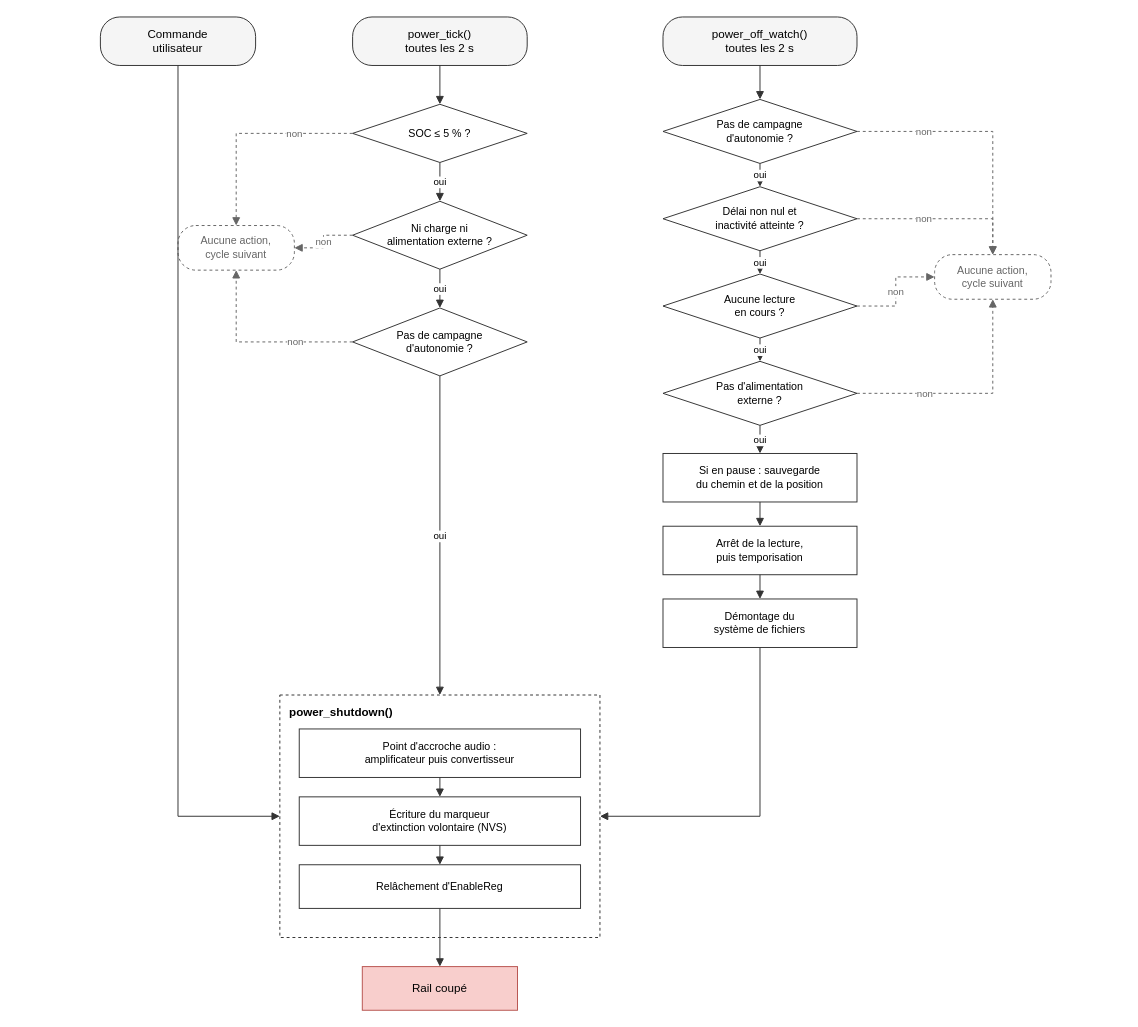
This is assets/figures/extinction.drawio from dossantosyann/TB2026-YDS-Report, a draw.io file, before an edit. Source tidied: cells renumbered, new cells numbered last; positions are measured from the earlier drawing's top-left corner, leaving out a move shared by most shapes. Both pictures are drawn from the tidied source at 97%, with x=0, y=0 at pixel (100, 16).
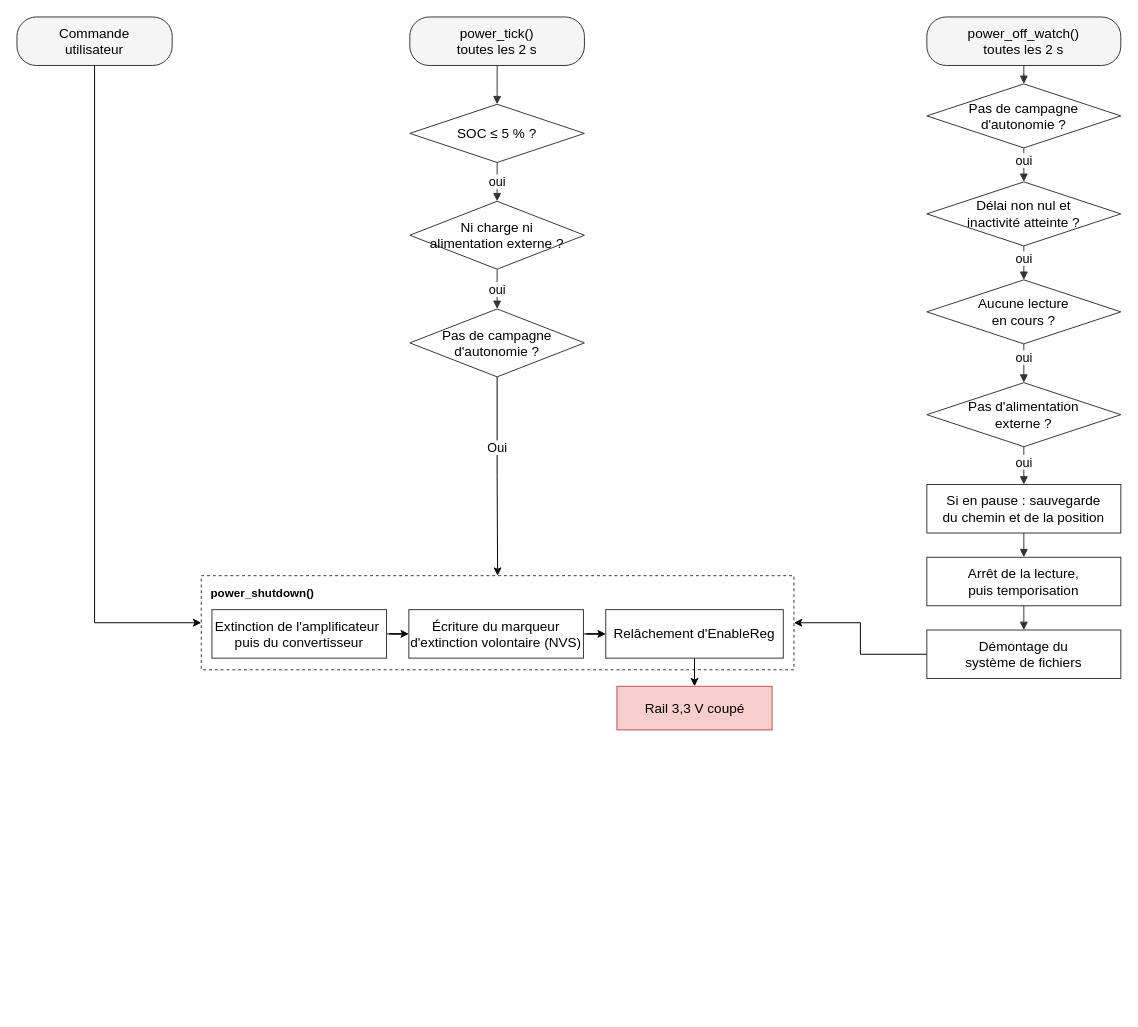
Above is the later version.

Commit message:
Mettre à jour extinction.drawio

The edit, as a diff of the source:
```diff
@@
+    <mxCell id="41" style="edgeStyle=orthogonalEdgeStyle;rounded=0;jettySize=auto;html=1;exitX=0.5;exitY=1;exitDx=0;exitDy=0;entryX=0;entryY=0.5;entryDx=0;entryDy=0;" parent="1" edge="1" source="2" target="17">
+      <mxGeometry relative="1" as="geometry" />
+    </mxCell>
-    <mxCell id="2" value="Commande&#10;utilisateur" style="rounded=1;arcSize=40;whiteSpace=wrap;html=1;fontSize=12;fillColor=#f5f5f5;strokeColor=#333333;" parent="1" vertex="1">
-      <mxGeometry width="160" height="50" as="geometry" />
+    <mxCell id="2" value="&lt;font style=&quot;font-size: 14px;&quot;&gt;Commande&lt;br&gt;utilisateur&lt;/font&gt;" style="rounded=1;arcSize=40;whiteSpace=wrap;html=1;fontSize=12;fillColor=#f5f5f5;strokeColor=#333333;" parent="1" vertex="1">
+      <mxGeometry x="-86" width="160" height="50" as="geometry" />
     </mxCell>
-    <mxCell id="3" value="power_tick()&#10;toutes les 2 s" style="rounded=1;arcSize=40;whiteSpace=wrap;html=1;fontSize=12;fillColor=#f5f5f5;strokeColor=#333333;" parent="1" vertex="1">
-      <mxGeometry x="260" width="180" height="50" as="geometry" />
+    <mxCell id="3" value="power_tick()&#10;toutes les 2 s" style="rounded=1;arcSize=40;whiteSpace=wrap;html=1;fontSize=14;fillColor=#f5f5f5;strokeColor=#333333;" parent="1" vertex="1">
+      <mxGeometry x="319" width="180" height="50" as="geometry" />
     </mxCell>
-    <mxCell id="4" value="power_off_watch()&#10;toutes les 2 s" style="rounded=1;arcSize=40;whiteSpace=wrap;html=1;fontSize=12;fillColor=#f5f5f5;strokeColor=#333333;" parent="1" vertex="1">
-      <mxGeometry x="580" width="200" height="50" as="geometry" />
+    <mxCell id="4" value="power_off_watch()&#10;toutes les 2 s" style="rounded=1;arcSize=40;whiteSpace=wrap;html=1;fontSize=14;fillColor=#f5f5f5;strokeColor=#333333;" parent="1" vertex="1">
+      <mxGeometry x="852" width="200" height="50" as="geometry" />
     </mxCell>
-    <mxCell id="5" value="Aucune action,&#10;cycle suivant" style="rounded=1;arcSize=40;whiteSpace=wrap;html=1;fontSize=11;dashed=1;strokeColor=#666666;fontColor=#666666;" parent="1" vertex="1">
-      <mxGeometry x="80" y="215" width="120" height="46" as="geometry" />
-    </mxCell>
-    <mxCell id="6" value="Aucune action,&#10;cycle suivant" style="rounded=1;arcSize=40;whiteSpace=wrap;html=1;fontSize=11;dashed=1;strokeColor=#666666;fontColor=#666666;" parent="1" vertex="1">
-      <mxGeometry x="860" y="245" width="120" height="46" as="geometry" />
-    </mxCell>
-    <mxCell id="7" value="SOC ≤ 5 % ?" style="rhombus;whiteSpace=wrap;html=1;fontSize=11;strokeColor=#333333;" parent="1" vertex="1">
-      <mxGeometry x="260" y="90" width="180" height="60" as="geometry" />
+    <mxCell id="7" value="SOC ≤ 5 % ?" style="rhombus;whiteSpace=wrap;html=1;fontSize=14;strokeColor=#333333;" parent="1" vertex="1">
+      <mxGeometry x="319" y="90" width="180" height="60" as="geometry" />
     </mxCell>
-    <mxCell id="8" value="Ni charge ni&#10;alimentation externe ?" style="rhombus;whiteSpace=wrap;html=1;fontSize=11;strokeColor=#333333;" parent="1" vertex="1">
-      <mxGeometry x="260" y="190" width="180" height="70" as="geometry" />
+    <mxCell id="8" value="Ni charge ni&#10;alimentation externe ?" style="rhombus;whiteSpace=wrap;html=1;fontSize=14;strokeColor=#333333;" parent="1" vertex="1">
+      <mxGeometry x="319" y="190" width="180" height="70" as="geometry" />
     </mxCell>
+    <mxCell id="28" style="edgeStyle=orthogonalEdgeStyle;rounded=0;jettySize=auto;html=1;exitX=0.5;exitY=1;exitDx=0;exitDy=0;entryX=0.5;entryY=0;entryDx=0;entryDy=0;" parent="1" edge="1" source="9" target="17">
+      <mxGeometry relative="1" as="geometry" />
+    </mxCell>
+    <mxCell id="45" value="Oui" style="edgeLabel;html=1;align=center;verticalAlign=middle;fontSize=13;" parent="28" vertex="1">
+      <mxGeometry x="-0.32" y="7" relative="1" as="geometry">
+        <mxPoint x="-8" y="2" as="offset" />
+      </mxGeometry>
+    </mxCell>
-    <mxCell id="9" value="Pas de campagne&#10;d'autonomie ?" style="rhombus;whiteSpace=wrap;html=1;fontSize=11;strokeColor=#333333;" parent="1" vertex="1">
-      <mxGeometry x="260" y="300" width="180" height="70" as="geometry" />
+    <mxCell id="9" value="Pas de campagne&#10;d'autonomie ?" style="rhombus;whiteSpace=wrap;html=1;fontSize=14;strokeColor=#333333;" parent="1" vertex="1">
+      <mxGeometry x="319" y="301" width="180" height="70" as="geometry" />
     </mxCell>
-    <mxCell id="10" value="Pas de campagne&#10;d'autonomie ?" style="rhombus;whiteSpace=wrap;html=1;fontSize=11;strokeColor=#333333;" parent="1" vertex="1">
-      <mxGeometry x="580" y="85" width="200" height="66" as="geometry" />
+    <mxCell id="10" value="Pas de campagne&#10;d'autonomie ?" style="rhombus;whiteSpace=wrap;html=1;fontSize=14;strokeColor=#333333;" parent="1" vertex="1">
+      <mxGeometry x="852" y="69" width="200" height="66" as="geometry" />
     </mxCell>
-    <mxCell id="11" value="Délai non nul et&#10;inactivité atteinte ?" style="rhombus;whiteSpace=wrap;html=1;fontSize=11;strokeColor=#333333;" parent="1" vertex="1">
-      <mxGeometry x="580" y="175" width="200" height="66" as="geometry" />
+    <mxCell id="11" value="Délai non nul et&#10;inactivité atteinte ?" style="rhombus;whiteSpace=wrap;html=1;fontSize=14;strokeColor=#333333;" parent="1" vertex="1">
+      <mxGeometry x="852" y="170" width="200" height="66" as="geometry" />
     </mxCell>
-    <mxCell id="12" value="Aucune lecture&#10;en cours ?" style="rhombus;whiteSpace=wrap;html=1;fontSize=11;strokeColor=#333333;" parent="1" vertex="1">
-      <mxGeometry x="580" y="265" width="200" height="66" as="geometry" />
+    <mxCell id="12" value="Aucune lecture&#10;en cours ?" style="rhombus;whiteSpace=wrap;html=1;fontSize=14;strokeColor=#333333;" parent="1" vertex="1">
+      <mxGeometry x="852" y="271" width="200" height="66" as="geometry" />
     </mxCell>
-    <mxCell id="13" value="Pas d'alimentation&#10;externe ?" style="rhombus;whiteSpace=wrap;html=1;fontSize=11;strokeColor=#333333;" parent="1" vertex="1">
-      <mxGeometry x="580" y="355" width="200" height="66" as="geometry" />
+    <mxCell id="13" value="Pas d'alimentation&#10;externe ?" style="rhombus;whiteSpace=wrap;html=1;fontSize=14;strokeColor=#333333;" parent="1" vertex="1">
+      <mxGeometry x="852" y="377" width="200" height="66" as="geometry" />
     </mxCell>
-    <mxCell id="14" value="Si en pause : sauvegarde&#10;du chemin et de la position" style="whiteSpace=wrap;html=1;fontSize=11;strokeColor=#333333;" parent="1" vertex="1">
-      <mxGeometry x="580" y="450" width="200" height="50" as="geometry" />
+    <mxCell id="14" value="Si en pause : sauvegarde&#10;du chemin et de la position" style="whiteSpace=wrap;html=1;fontSize=14;strokeColor=#333333;" parent="1" vertex="1">
+      <mxGeometry x="852" y="482" width="200" height="50" as="geometry" />
     </mxCell>
-    <mxCell id="15" value="Arrêt de la lecture,&#10;puis temporisation" style="whiteSpace=wrap;html=1;fontSize=11;strokeColor=#333333;" parent="1" vertex="1">
-      <mxGeometry x="580" y="525" width="200" height="50" as="geometry" />
+    <mxCell id="15" value="Arrêt de la lecture,&#10;puis temporisation" style="whiteSpace=wrap;html=1;fontSize=14;strokeColor=#333333;" parent="1" vertex="1">
+      <mxGeometry x="852" y="557" width="200" height="50" as="geometry" />
     </mxCell>
+    <mxCell id="36" style="edgeStyle=orthogonalEdgeStyle;rounded=0;jettySize=auto;html=1;exitX=0;exitY=0.5;exitDx=0;exitDy=0;entryX=1;entryY=0.5;entryDx=0;entryDy=0;" parent="1" edge="1" source="16" target="17">
+      <mxGeometry relative="1" as="geometry" />
+    </mxCell>
-    <mxCell id="16" value="Démontage du&#10;système de fichiers" style="whiteSpace=wrap;html=1;fontSize=11;strokeColor=#333333;" parent="1" vertex="1">
-      <mxGeometry x="580" y="600" width="200" height="50" as="geometry" />
+    <mxCell id="16" value="Démontage du&#10;système de fichiers" style="whiteSpace=wrap;html=1;fontSize=14;strokeColor=#333333;" parent="1" vertex="1">
+      <mxGeometry x="852" y="632" width="200" height="50" as="geometry" />
     </mxCell>
     <mxCell id="17" value="power_shutdown()" style="rounded=0;whiteSpace=wrap;html=1;fontSize=12;fontStyle=1;verticalAlign=top;fillColor=none;strokeColor=#333333;dashed=1;align=left;spacingLeft=8;spacingTop=4;" parent="1" vertex="1">
-      <mxGeometry x="185" y="699" width="330" height="250" as="geometry" />
+      <mxGeometry x="104" y="576" width="611" height="97" as="geometry" />
     </mxCell>
+    <mxCell id="42" style="edgeStyle=orthogonalEdgeStyle;rounded=0;jettySize=auto;html=1;" parent="1" edge="1" source="18" target="19">
+      <mxGeometry relative="1" as="geometry" />
+    </mxCell>
-    <mxCell id="18" value="Point d'accroche audio :&#10;amplificateur puis convertisseur" style="whiteSpace=wrap;html=1;fontSize=11;strokeColor=#333333;" parent="1" vertex="1">
-      <mxGeometry x="205" y="734" width="290" height="50" as="geometry" />
+    <mxCell id="18" value="&lt;div&gt;Extinction de l'amplificateur&amp;nbsp;&lt;/div&gt;&lt;div&gt;puis du convertisseur&lt;/div&gt;" style="whiteSpace=wrap;html=1;fontSize=14;strokeColor=#333333;" parent="1" vertex="1">
+      <mxGeometry x="115" y="611" width="180" height="50" as="geometry" />
     </mxCell>
+    <mxCell id="43" style="edgeStyle=orthogonalEdgeStyle;rounded=0;jettySize=auto;html=1;" parent="1" edge="1" source="19" target="20">
+      <mxGeometry relative="1" as="geometry" />
+    </mxCell>
-    <mxCell id="19" value="Écriture du marqueur&#10;d'extinction volontaire (NVS)" style="whiteSpace=wrap;html=1;fontSize=11;strokeColor=#333333;" parent="1" vertex="1">
-      <mxGeometry x="205" y="804" width="290" height="50" as="geometry" />
+    <mxCell id="19" value="Écriture du marqueur&#10;d'extinction volontaire (NVS)" style="whiteSpace=wrap;html=1;fontSize=14;strokeColor=#333333;" parent="1" vertex="1">
+      <mxGeometry x="318" y="611" width="180" height="50" as="geometry" />
     </mxCell>
+    <mxCell id="44" style="edgeStyle=orthogonalEdgeStyle;rounded=0;jettySize=auto;html=1;" parent="1" edge="1" source="20" target="21">
+      <mxGeometry relative="1" as="geometry" />
+    </mxCell>
-    <mxCell id="20" value="Relâchement d'EnableReg" style="whiteSpace=wrap;html=1;fontSize=11;strokeColor=#333333;" parent="1" vertex="1">
-      <mxGeometry x="205" y="874" width="290" height="45" as="geometry" />
+    <mxCell id="20" value="Relâchement d'EnableReg" style="whiteSpace=wrap;html=1;fontSize=14;strokeColor=#333333;" parent="1" vertex="1">
+      <mxGeometry x="521" y="611" width="183" height="50" as="geometry" />
     </mxCell>
-    <mxCell id="21" value="Rail coupé" style="rounded=1;arcSize=0;whiteSpace=wrap;html=1;fontSize=12;fillColor=#f8cecc;strokeColor=#b85450;" parent="1" vertex="1">
-      <mxGeometry x="270" y="979" width="160" height="45" as="geometry" />
+    <mxCell id="21" value="&lt;div&gt;Rail 3,3 V coupé&lt;/div&gt;" style="rounded=1;arcSize=0;whiteSpace=wrap;html=1;fontSize=14;fillColor=#f8cecc;strokeColor=#b85450;" parent="1" vertex="1">
+      <mxGeometry x="532.5" y="690" width="160" height="45" as="geometry" />
     </mxCell>
@@
-    <mxCell id="23" value="oui" style="edgeStyle=orthogonalEdgeStyle;html=1;rounded=0;endArrow=block;endFill=1;strokeColor=#333333;fontSize=10;" parent="1" edge="1" source="7" target="8">
+    <mxCell id="23" value="oui" style="edgeStyle=orthogonalEdgeStyle;html=1;rounded=0;endArrow=block;endFill=1;strokeColor=#333333;fontSize=13;" parent="1" edge="1" source="7" target="8">
       <mxGeometry relative="1" as="geometry" />
     </mxCell>
-    <mxCell id="24" value="oui" style="edgeStyle=orthogonalEdgeStyle;html=1;rounded=0;endArrow=block;endFill=1;strokeColor=#333333;fontSize=10;" parent="1" edge="1" source="8" target="9">
+    <mxCell id="24" value="oui" style="edgeStyle=orthogonalEdgeStyle;html=1;rounded=0;endArrow=block;endFill=1;strokeColor=#333333;fontSize=13;" parent="1" edge="1" source="8" target="9">
       <mxGeometry relative="1" as="geometry" />
     </mxCell>
-    <mxCell id="25" value="non" style="edgeStyle=orthogonalEdgeStyle;html=1;rounded=0;endArrow=block;endFill=1;strokeColor=#666666;dashed=1;fontSize=10;fontColor=#666666;" parent="1" edge="1" source="7" target="5">
-      <mxGeometry x="-0.44" relative="1" as="geometry" />
-    </mxCell>
-    <mxCell id="26" value="non" style="edgeStyle=orthogonalEdgeStyle;html=1;rounded=0;endArrow=block;endFill=1;strokeColor=#666666;dashed=1;fontSize=10;fontColor=#666666;" parent="1" edge="1" source="8" target="5">
-      <mxGeometry relative="1" as="geometry" />
-    </mxCell>
-    <mxCell id="27" value="non" style="edgeStyle=orthogonalEdgeStyle;html=1;rounded=0;endArrow=block;endFill=1;strokeColor=#666666;dashed=1;fontSize=10;fontColor=#666666;" parent="1" edge="1" source="9" target="5">
-      <mxGeometry x="-0.39" relative="1" as="geometry" />
-    </mxCell>
-    <mxCell id="28" value="oui" style="edgeStyle=orthogonalEdgeStyle;html=1;rounded=0;endArrow=block;endFill=1;strokeColor=#333333;fontSize=10;exitX=0.5;exitY=1;exitDx=0;exitDy=0;entryX=0.5;entryY=0;entryDx=0;entryDy=0;" parent="1" edge="1" source="9" target="17">
-      <mxGeometry relative="1" as="geometry" />
-    </mxCell>
@@
-    <mxCell id="30" value="oui" style="edgeStyle=orthogonalEdgeStyle;html=1;rounded=0;endArrow=block;endFill=1;strokeColor=#333333;fontSize=10;" parent="1" edge="1" source="10" target="11">
-      <mxGeometry relative="1" as="geometry" />
+    <mxCell id="30" value="oui" style="edgeStyle=orthogonalEdgeStyle;html=1;rounded=0;endArrow=block;endFill=1;strokeColor=#333333;fontSize=13;" parent="1" edge="1" source="10" target="11">
+      <mxGeometry x="-0.26" relative="1" as="geometry" />
     </mxCell>
-    <mxCell id="31" value="oui" style="edgeStyle=orthogonalEdgeStyle;html=1;rounded=0;endArrow=block;endFill=1;strokeColor=#333333;fontSize=10;" parent="1" edge="1" source="11" target="12">
-      <mxGeometry relative="1" as="geometry" />
+    <mxCell id="31" value="oui" style="edgeStyle=orthogonalEdgeStyle;html=1;rounded=0;endArrow=block;endFill=1;strokeColor=#333333;fontSize=13;" parent="1" edge="1" source="11" target="12">
+      <mxGeometry x="-0.27" relative="1" as="geometry" />
     </mxCell>
-    <mxCell id="32" value="oui" style="edgeStyle=orthogonalEdgeStyle;html=1;rounded=0;endArrow=block;endFill=1;strokeColor=#333333;fontSize=10;" parent="1" edge="1" source="12" target="13">
-      <mxGeometry relative="1" as="geometry" />
+    <mxCell id="32" value="oui" style="edgeStyle=orthogonalEdgeStyle;html=1;rounded=0;endArrow=block;endFill=1;strokeColor=#333333;fontSize=13;" parent="1" edge="1" source="12" target="13">
+      <mxGeometry x="-0.28" relative="1" as="geometry" />
     </mxCell>
-    <mxCell id="33" value="oui" style="edgeStyle=orthogonalEdgeStyle;html=1;rounded=0;endArrow=block;endFill=1;strokeColor=#333333;fontSize=10;" parent="1" edge="1" source="13" target="14">
-      <mxGeometry relative="1" as="geometry" />
+    <mxCell id="33" value="oui" style="edgeStyle=orthogonalEdgeStyle;html=1;rounded=0;endArrow=block;endFill=1;strokeColor=#333333;fontSize=13;" parent="1" edge="1" source="13" target="14">
+      <mxGeometry x="-0.2" relative="1" as="geometry" />
     </mxCell>
@@
-    <mxCell id="36" style="edgeStyle=orthogonalEdgeStyle;html=1;rounded=0;endArrow=block;endFill=1;strokeColor=#333333;exitX=0.5;exitY=1;exitDx=0;exitDy=0;entryX=1;entryY=0.5;entryDx=0;entryDy=0;" parent="1" edge="1" source="16" target="17">
-      <mxGeometry relative="1" as="geometry" />
-    </mxCell>
-    <mxCell id="37" value="non" style="edgeStyle=orthogonalEdgeStyle;html=1;rounded=0;endArrow=block;endFill=1;strokeColor=#666666;dashed=1;fontSize=10;fontColor=#666666;" parent="1" edge="1" source="10" target="6">
-      <mxGeometry x="-0.48" relative="1" as="geometry" />
-    </mxCell>
-    <mxCell id="38" value="non" style="edgeStyle=orthogonalEdgeStyle;html=1;rounded=0;endArrow=block;endFill=1;strokeColor=#666666;dashed=1;fontSize=10;fontColor=#666666;" parent="1" edge="1" source="11" target="6">
-      <mxGeometry x="-0.22" relative="1" as="geometry" />
-    </mxCell>
-    <mxCell id="39" value="non" style="edgeStyle=orthogonalEdgeStyle;html=1;rounded=0;endArrow=block;endFill=1;strokeColor=#666666;dashed=1;fontSize=10;fontColor=#666666;" parent="1" edge="1" source="12" target="6">
-      <mxGeometry relative="1" as="geometry" />
-    </mxCell>
-    <mxCell id="40" value="non" style="edgeStyle=orthogonalEdgeStyle;html=1;rounded=0;endArrow=block;endFill=1;strokeColor=#666666;dashed=1;fontSize=10;fontColor=#666666;" parent="1" edge="1" source="13" target="6">
-      <mxGeometry x="-0.41" relative="1" as="geometry" />
-    </mxCell>
-    <mxCell id="41" style="edgeStyle=orthogonalEdgeStyle;html=1;rounded=0;endArrow=block;endFill=1;strokeColor=#333333;exitX=0.5;exitY=1;exitDx=0;exitDy=0;entryX=0;entryY=0.5;entryDx=0;entryDy=0;" parent="1" edge="1" source="2" target="17">
-      <mxGeometry relative="1" as="geometry" />
-    </mxCell>
-    <mxCell id="42" style="edgeStyle=orthogonalEdgeStyle;html=1;rounded=0;endArrow=block;endFill=1;strokeColor=#333333;" parent="1" edge="1" source="18" target="19">
-      <mxGeometry relative="1" as="geometry" />
-    </mxCell>
-    <mxCell id="43" style="edgeStyle=orthogonalEdgeStyle;html=1;rounded=0;endArrow=block;endFill=1;strokeColor=#333333;" parent="1" edge="1" source="19" target="20">
-      <mxGeometry relative="1" as="geometry" />
-    </mxCell>
-    <mxCell id="44" style="edgeStyle=orthogonalEdgeStyle;html=1;rounded=0;endArrow=block;endFill=1;strokeColor=#333333;" parent="1" edge="1" source="20" target="21">
-      <mxGeometry relative="1" as="geometry" />
-    </mxCell>
```
